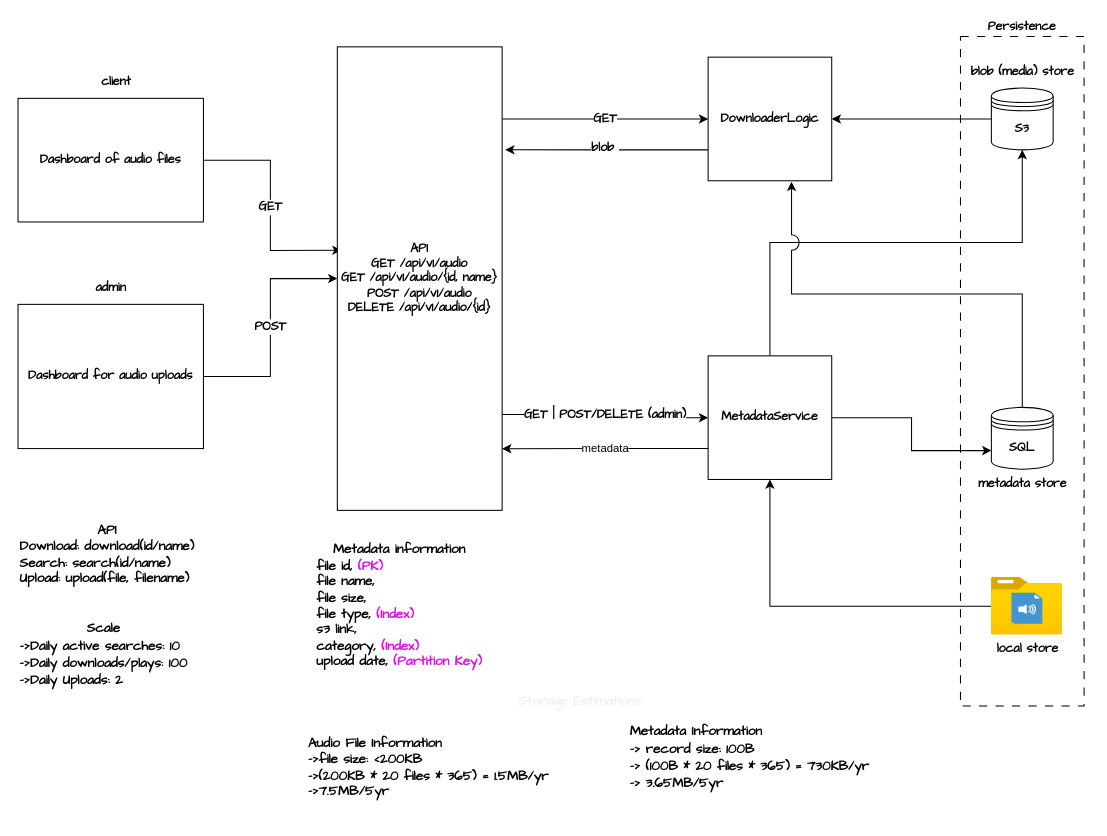
Before: voice_quips_design.drawio in phllpmcphrsn/voice-quips, a draw.io diagram. Source tidied: cells renumbered, new cells numbered last; positions are measured from the earlier drawing's top-left corner, leaving out a move shared by most shapes. Both pictures are drawn from the tidied source at 103%, with x=0, y=0 at pixel (18, 36).
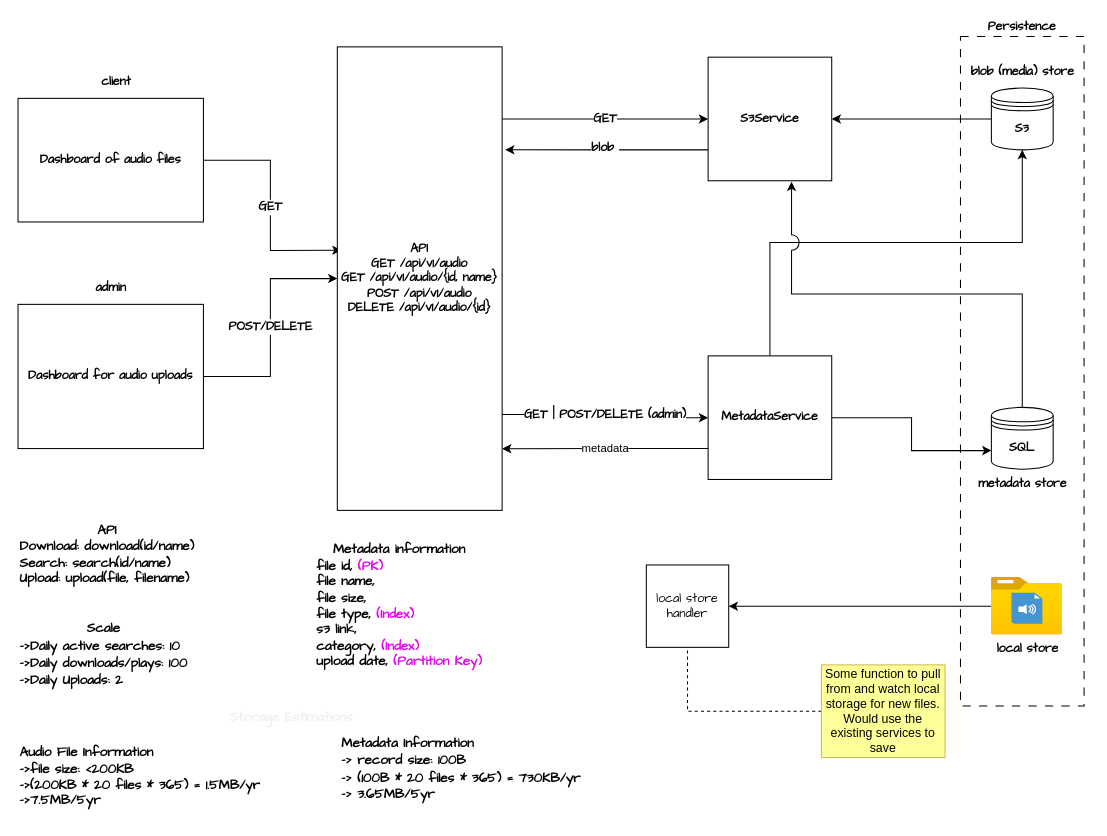
The same page after the edit.

Unchanged cells that the change refers to:
```xml
<mxCell id="5" value="MetadataService" style="whiteSpace=wrap;html=1;fontFamily=Comic Sans MS;fontSize=12;fontStyle=1;" parent="1" vertex="1">
  <mxGeometry x="670" y="310" width="120" height="120" as="geometry" />
</mxCell>
<mxCell id="19" value="API&lt;br style=&quot;font-size: 12px;&quot;&gt;GET /api/v1/audio&lt;br style=&quot;font-size: 12px;&quot;&gt;GET /api/v1/audio/{id, name}&lt;br style=&quot;font-size: 12px;&quot;&gt;POST /api/v1/audio&lt;br&gt;DELETE /api/v1/audio/{id}" style="whiteSpace=wrap;html=1;fontFamily=Comic Sans MS;fontSize=12;fontStyle=1;" parent="1" vertex="1">
  <mxGeometry x="310" y="10" width="160" height="450" as="geometry" />
</mxCell>
<mxCell id="21" value="Dashboard for audio uploads" style="whiteSpace=wrap;html=1;fontFamily=Comic Sans MS;fontSize=12;fontStyle=1;" parent="20" vertex="1">
  <mxGeometry y="30" width="180" height="140" as="geometry" />
</mxCell>
<mxCell id="31" value="local store" style="html=1;points=[];align=center;image;fontSize=12;image=img/lib/azure2/general/Folder_Blank.svg;fontFamily=Comic Sans MS;fontStyle=1;" parent="1" vertex="1">
  <mxGeometry x="945" y="525" width="69" height="56" as="geometry" />
</mxCell>
```

Change to the diagram source:
```diff
@@
-    <mxCell id="13" value="DownloaderLogic" style="whiteSpace=wrap;html=1;fontFamily=Comic Sans MS;fontSize=12;fontStyle=1;" parent="1" vertex="1">
+    <mxCell id="13" value="S3Service" style="whiteSpace=wrap;html=1;fontFamily=Comic Sans MS;fontSize=12;fontStyle=1;" parent="1" vertex="1">
       <mxGeometry x="670" y="20" width="120" height="120" as="geometry" />
     </mxCell>
@@
-    <mxCell id="26" value="POST" style="edgeStyle=orthogonalEdgeStyle;rounded=0;jettySize=auto;html=1;entryX=0;entryY=0.5;entryDx=0;entryDy=0;fontFamily=Comic Sans MS;fontSize=12;fontStyle=1;" parent="1" edge="1" source="21" target="19">
+    <mxCell id="26" value="POST/DELETE" style="edgeStyle=orthogonalEdgeStyle;rounded=0;jettySize=auto;html=1;entryX=0;entryY=0.5;entryDx=0;entryDy=0;fontFamily=Comic Sans MS;fontSize=12;fontStyle=1;" parent="1" edge="1" source="21" target="19">
       <mxGeometry relative="1" as="geometry" />
     </mxCell>
@@
-    <mxCell id="30" style="edgeStyle=orthogonalEdgeStyle;html=1;entryX=0.5;entryY=1;entryDx=0;entryDy=0;rounded=0;" parent="1" edge="1" source="31" target="5">
+    <mxCell id="30" style="edgeStyle=orthogonalEdgeStyle;html=1;entryX=1;entryY=0.5;entryDx=0;entryDy=0;rounded=0;" parent="1" edge="1" source="31" target="37">
       <mxGeometry relative="1" as="geometry" />
     </mxCell>
@@
     <mxCell id="33" style="group;" parent="1" vertex="1">
-      <mxGeometry x="280" y="630" width="565" height="120" as="geometry" />
+      <mxGeometry y="646" width="565" height="100" as="geometry" />
     </mxCell>
     <mxCell id="34" value="&lt;div style=&quot;font-size: 13px;&quot;&gt;&lt;span style=&quot;background-color: initial; font-size: 13px;&quot;&gt;Audio File Information&lt;/span&gt;&lt;/div&gt;-&amp;gt;file size: &amp;lt;200KB&lt;br style=&quot;font-size: 13px;&quot;&gt;-&amp;gt;(200KB * 20 files * 365) = 1.5MB/yr&lt;br style=&quot;font-size: 13px;&quot;&gt;-&amp;gt;7.5MB/5yr" style="text;html=1;align=left;verticalAlign=middle;strokeColor=none;fillColor=none;fontFamily=Comic Sans MS;fontSize=13;fontStyle=1;" parent="33" vertex="1">
-      <mxGeometry y="40" width="280" height="80" as="geometry" />
+      <mxGeometry y="33.3" width="280" height="80" as="geometry" />
     </mxCell>
@@
     <mxCell id="36" value="&lt;div style=&quot;text-align: left;&quot;&gt;&lt;b style=&quot;background-color: initial;&quot;&gt;&lt;font face=&quot;Comic Sans MS&quot;&gt;Metadata Information&lt;/font&gt;&lt;/b&gt;&lt;br&gt;&lt;/div&gt;&lt;b style=&quot;font-size: 13px;&quot;&gt;&lt;font face=&quot;Comic Sans MS&quot; style=&quot;font-size: 13px;&quot;&gt;&lt;div style=&quot;text-align: left; font-size: 13px;&quot;&gt;&lt;b style=&quot;background-color: initial; font-family: Helvetica; font-size: 13px;&quot;&gt;&lt;font face=&quot;Comic Sans MS&quot; style=&quot;font-size: 13px;&quot;&gt;-&amp;gt; record size: 100B&lt;/font&gt;&lt;/b&gt;&lt;/div&gt;&lt;div style=&quot;text-align: left; font-size: 13px;&quot;&gt;&lt;b style=&quot;background-color: initial; font-family: Helvetica; font-size: 13px;&quot;&gt;&lt;font face=&quot;Comic Sans MS&quot; style=&quot;font-size: 13px;&quot;&gt;-&amp;gt; (100B * 20 files * 365) = 730KB/yr&lt;/font&gt;&lt;/b&gt;&lt;/div&gt;&lt;div style=&quot;text-align: left; font-size: 13px;&quot;&gt;&lt;b style=&quot;background-color: initial; font-family: Helvetica; font-size: 13px;&quot;&gt;&lt;font face=&quot;Comic Sans MS&quot; style=&quot;font-size: 13px;&quot;&gt;-&amp;gt; 3.65MB/5yr&lt;/font&gt;&lt;/b&gt;&lt;/div&gt;&lt;/font&gt;&lt;/b&gt;" style="text;html=1;align=center;verticalAlign=middle;strokeColor=none;fillColor=none;fontSize=13;" parent="33" vertex="1">
-      <mxGeometry x="295" y="30" width="270" height="80" as="geometry" />
+      <mxGeometry x="295" y="25" width="270" height="80" as="geometry" />
     </mxCell>
+    <mxCell id="37" value="local store handler" style="whiteSpace=wrap;html=1;fontFamily=Comic Sans MS;" parent="1" vertex="1">
+      <mxGeometry x="610" y="513" width="80" height="80" as="geometry" />
+    </mxCell>
+    <mxCell id="38" style="edgeStyle=orthogonalEdgeStyle;rounded=0;html=1;elbow=vertical;dashed=1;endArrow=none;endFill=0;" parent="1" edge="1" source="39" target="37">
+      <mxGeometry relative="1" as="geometry" />
+    </mxCell>
+    <mxCell id="39" value="Some function to pull from and watch local storage for new files. Would use the existing services to save" style="text;html=1;strokeColor=#d6b656;fillColor=#FFFF99;align=center;verticalAlign=middle;whiteSpace=wrap;rounded=0;fontColor=#030303;" parent="1" vertex="1">
+      <mxGeometry x="780" y="610" width="120" height="90" as="geometry" />
+    </mxCell>
```
